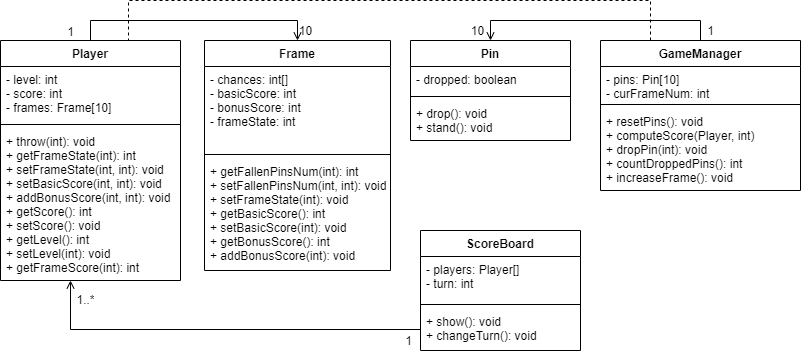
This is Docs/class diagram.png from kkole3897/Bowling-Game-with-Java, a draw.io export, as it was before one commit. Source tidied: cells renumbered, new cells last; positions are measured from the earlier drawing's top-left corner, leaving out a move shared by most shapes.
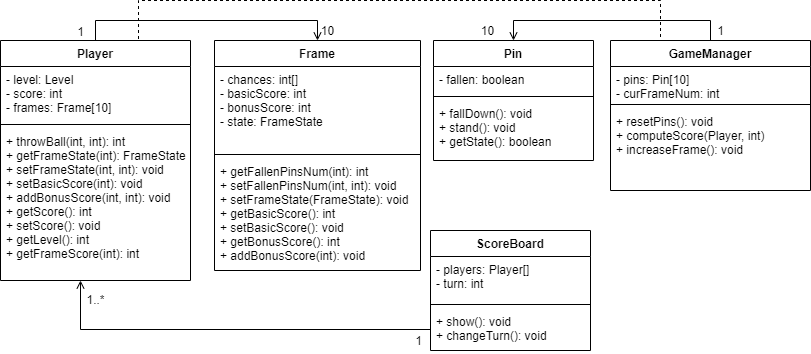
After the commit.

Commit message:
Update class diagram

What changed in the source:
```diff
@@ -14,40 +14,40 @@
       </mxGeometry>
     </mxCell>
     <mxCell id="4" value="Player" style="swimlane;fontStyle=1;align=center;verticalAlign=top;horizontal=1;startSize=26;" parent="1" vertex="1">
-      <mxGeometry y="40" width="180" height="240" as="geometry" />
+      <mxGeometry x="-10" y="40" width="190" height="240" as="geometry" />
     </mxCell>
-    <mxCell id="5" value="- level: int&#10;- score: int&#10;- frames: Frame[10]" style="text;strokeColor=none;fillColor=none;align=left;verticalAlign=top;spacingLeft=4;spacingRight=4;overflow=hidden;" parent="4" vertex="1">
-      <mxGeometry y="26" width="180" height="54" as="geometry" />
+    <mxCell id="5" value="- level: Level&#10;- score: int&#10;- frames: Frame[10]" style="text;strokeColor=none;fillColor=none;align=left;verticalAlign=top;spacingLeft=4;spacingRight=4;overflow=hidden;" parent="4" vertex="1">
+      <mxGeometry y="26" width="190" height="54" as="geometry" />
     </mxCell>
     <mxCell id="6" style="line;strokeWidth=1;fillColor=none;align=left;verticalAlign=middle;spacingTop=-1;spacingLeft=3;spacingRight=3;labelPosition=right;" parent="4" vertex="1">
-      <mxGeometry y="80" width="180" height="8" as="geometry" />
+      <mxGeometry y="80" width="190" height="8" as="geometry" />
     </mxCell>
-    <mxCell id="7" value="+ throw(int): void&#10;+ getFrameState(int): int&#10;+ setFrameState(int, int): void&#10;+ setBasicScore(int, int): void&#10;+ addBonusScore(int, int): void&#10;+ getScore(): int&#10;+ setScore(): void&#10;+ getLevel(): int&#10;+ setLevel(int): void&#10;+ getFrameScore(int): int" style="text;strokeColor=none;fillColor=none;align=left;verticalAlign=top;spacingLeft=4;spacingRight=4;overflow=hidden;points=[[0,0.5],[1,0.5]];portConstraint=eastwest;" parent="4" vertex="1">
-      <mxGeometry y="88" width="180" height="152" as="geometry" />
+    <mxCell id="7" value="+ throwBall(int, int): int&#10;+ getFrameState(int): FrameState&#10;+ setFrameState(int, int): void&#10;+ setBasicScore(int): void&#10;+ addBonusScore(int, int): void&#10;+ getScore(): int&#10;+ setScore(): void&#10;+ getLevel(): int&#10;+ getFrameScore(int): int" style="text;strokeColor=none;fillColor=none;align=left;verticalAlign=top;spacingLeft=4;spacingRight=4;overflow=hidden;points=[[0,0.5],[1,0.5]];portConstraint=eastwest;" parent="4" vertex="1">
+      <mxGeometry y="88" width="190" height="152" as="geometry" />
     </mxCell>
     <mxCell id="8" value="Frame" style="swimlane;fontStyle=1;align=center;verticalAlign=top;horizontal=1;startSize=26;" parent="1" vertex="1">
-      <mxGeometry x="204" y="40" width="186" height="230" as="geometry" />
+      <mxGeometry x="204" y="40" width="206" height="230" as="geometry" />
     </mxCell>
-    <mxCell id="9" value="- chances: int[]&#10;- basicScore: int&#10;- bonusScore: int&#10;- frameState: int" style="text;strokeColor=none;fillColor=none;align=left;verticalAlign=top;spacingLeft=4;spacingRight=4;overflow=hidden;" parent="8" vertex="1">
-      <mxGeometry y="26" width="186" height="84" as="geometry" />
+    <mxCell id="9" value="- chances: int[]&#10;- basicScore: int&#10;- bonusScore: int&#10;- state: FrameState" style="text;strokeColor=none;fillColor=none;align=left;verticalAlign=top;spacingLeft=4;spacingRight=4;overflow=hidden;" parent="8" vertex="1">
+      <mxGeometry y="26" width="206" height="84" as="geometry" />
     </mxCell>
     <mxCell id="10" style="line;strokeWidth=1;fillColor=none;align=left;verticalAlign=middle;spacingTop=-1;spacingLeft=3;spacingRight=3;labelPosition=right;" parent="8" vertex="1">
-      <mxGeometry y="110" width="186" height="8" as="geometry" />
+      <mxGeometry y="110" width="206" height="8" as="geometry" />
     </mxCell>
-    <mxCell id="11" value="+ getFallenPinsNum(int): int&#10;+ setFallenPinsNum(int, int): void&#10;+ setFrameState(int): void&#10;+ getBasicScore(): int&#10;+ setBasicScore(int): void&#10;+ getBonusScore(): int&#10;+ addBonusScore(int): void" style="text;strokeColor=none;fillColor=none;align=left;verticalAlign=top;spacingLeft=4;spacingRight=4;overflow=hidden;" parent="8" vertex="1">
-      <mxGeometry y="118" width="186" height="112" as="geometry" />
+    <mxCell id="11" value="+ getFallenPinsNum(int): int&#10;+ setFallenPinsNum(int, int): void&#10;+ setFrameState(FrameState): void&#10;+ getBasicScore(): int&#10;+ setBasicScore(): void&#10;+ getBonusScore(): int&#10;+ addBonusScore(int): void" style="text;strokeColor=none;fillColor=none;align=left;verticalAlign=top;spacingLeft=4;spacingRight=4;overflow=hidden;" parent="8" vertex="1">
+      <mxGeometry y="118" width="206" height="112" as="geometry" />
     </mxCell>
     <mxCell id="12" value="Pin" style="swimlane;fontStyle=1;align=center;verticalAlign=top;horizontal=1;startSize=26;" parent="1" vertex="1">
-      <mxGeometry x="410" y="40" width="160" height="100" as="geometry" />
+      <mxGeometry x="423" y="40" width="160" height="120" as="geometry" />
     </mxCell>
-    <mxCell id="13" value="- dropped: boolean" style="text;strokeColor=none;fillColor=none;align=left;verticalAlign=top;spacingLeft=4;spacingRight=4;overflow=hidden;" parent="12" vertex="1">
+    <mxCell id="13" value="- fallen: boolean" style="text;strokeColor=none;fillColor=none;align=left;verticalAlign=top;spacingLeft=4;spacingRight=4;overflow=hidden;" parent="12" vertex="1">
       <mxGeometry y="26" width="160" height="26" as="geometry" />
     </mxCell>
     <mxCell id="14" style="line;strokeWidth=1;fillColor=none;align=left;verticalAlign=middle;spacingTop=-1;spacingLeft=3;spacingRight=3;labelPosition=right;" parent="12" vertex="1">
       <mxGeometry y="52" width="160" height="8" as="geometry" />
     </mxCell>
-    <mxCell id="15" value="+ drop(): void&#10;+ stand(): void" style="text;strokeColor=none;fillColor=none;align=left;verticalAlign=top;spacingLeft=4;spacingRight=4;overflow=hidden;" parent="12" vertex="1">
-      <mxGeometry y="60" width="160" height="40" as="geometry" />
+    <mxCell id="15" value="+ fallDown(): void&#10;+ stand(): void&#10;+ getState(): boolean" style="text;strokeColor=none;fillColor=none;align=left;verticalAlign=top;spacingLeft=4;spacingRight=4;overflow=hidden;" parent="12" vertex="1">
+      <mxGeometry y="60" width="160" height="60" as="geometry" />
     </mxCell>
     <mxCell id="16" style="edgeStyle=orthogonalEdgeStyle;rounded=0;jettySize=auto;html=1;exitX=0.5;exitY=0;exitDx=0;exitDy=0;entryX=0.5;entryY=0;entryDx=0;entryDy=0;endSize=6;endArrow=open;endFill=0;" parent="1" edge="1" source="17" target="12">
       <mxGeometry relative="1" as="geometry" />
@@ -61,7 +61,7 @@
     <mxCell id="19" style="line;strokeWidth=1;fillColor=none;align=left;verticalAlign=middle;spacingTop=-1;spacingLeft=3;spacingRight=3;labelPosition=right;" parent="17" vertex="1">
       <mxGeometry y="60" width="200" height="8" as="geometry" />
     </mxCell>
-    <mxCell id="20" value="+ resetPins(): void&#10;+ computeScore(Player, int)&#10;+ dropPin(int): void&#10;+ countDroppedPins(): int&#10;+ increaseFrame(): void" style="text;strokeColor=none;fillColor=none;align=left;verticalAlign=top;spacingLeft=4;spacingRight=4;overflow=hidden;" parent="17" vertex="1">
+    <mxCell id="20" value="+ resetPins(): void&#10;+ computeScore(Player, int)&#10;+ increaseFrame(): void" style="text;strokeColor=none;fillColor=none;align=left;verticalAlign=top;spacingLeft=4;spacingRight=4;overflow=hidden;" parent="17" vertex="1">
       <mxGeometry y="68" width="200" height="82" as="geometry" />
     </mxCell>
     <mxCell id="21" value="10" style="text;html=1;align=center;verticalAlign=middle;" parent="1" vertex="1">
@@ -74,7 +74,7 @@
       <mxGeometry x="60" y="21" width="20" height="20" as="geometry" />
     </mxCell>
     <mxCell id="24" value="10" style="text;html=1;align=center;verticalAlign=middle;" parent="1" vertex="1">
-      <mxGeometry x="290" y="20" width="30" height="20" as="geometry" />
+      <mxGeometry x="302" y="20" width="30" height="20" as="geometry" />
     </mxCell>
     <mxCell id="25" value="ScoreBoard" style="swimlane;fontStyle=1;align=center;verticalAlign=top;horizontal=1;startSize=26;" parent="1" vertex="1">
       <mxGeometry x="420" y="230" width="160" height="120" as="geometry" />
```
